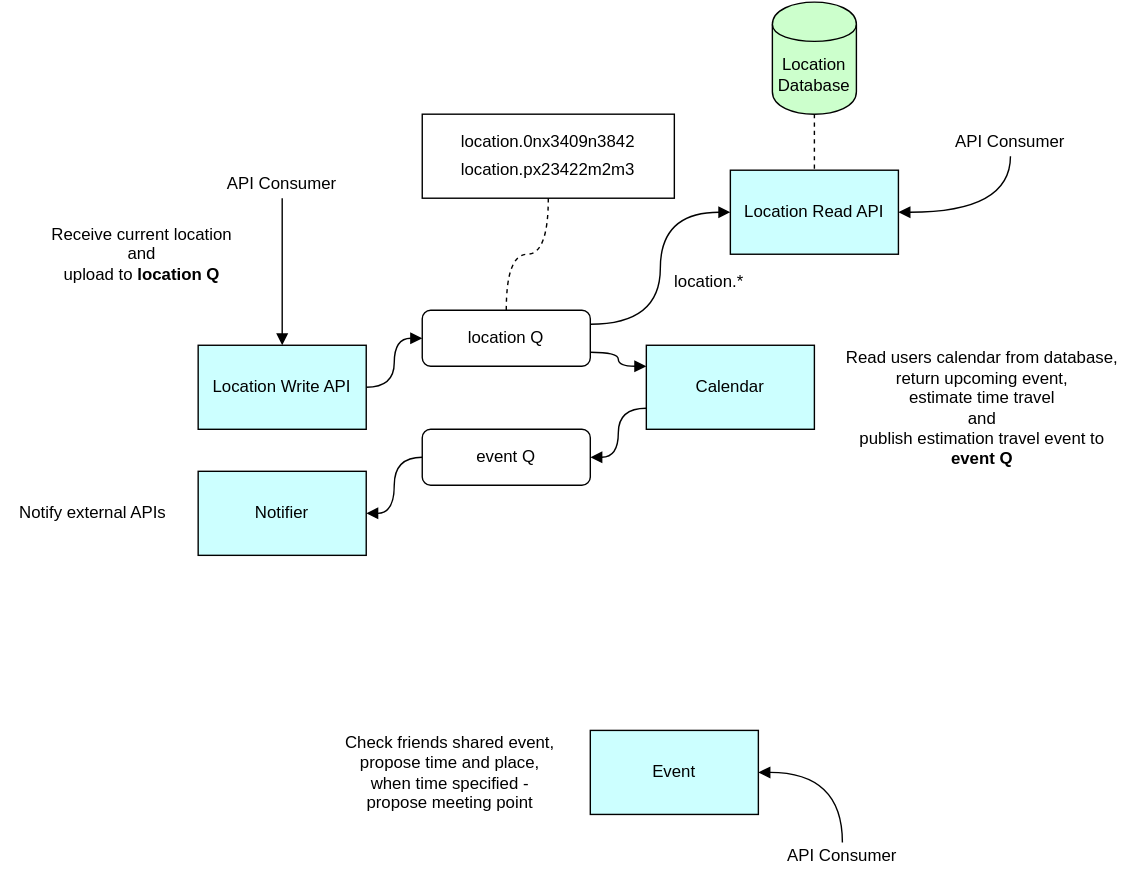
Above: svg/Th3re_Steve.svg in Th3re/steve-core (draw.io), before the change. Source tidied: cells renumbered, new cells last; positions are measured from the earlier drawing's top-left corner, leaving out a move shared by most shapes.
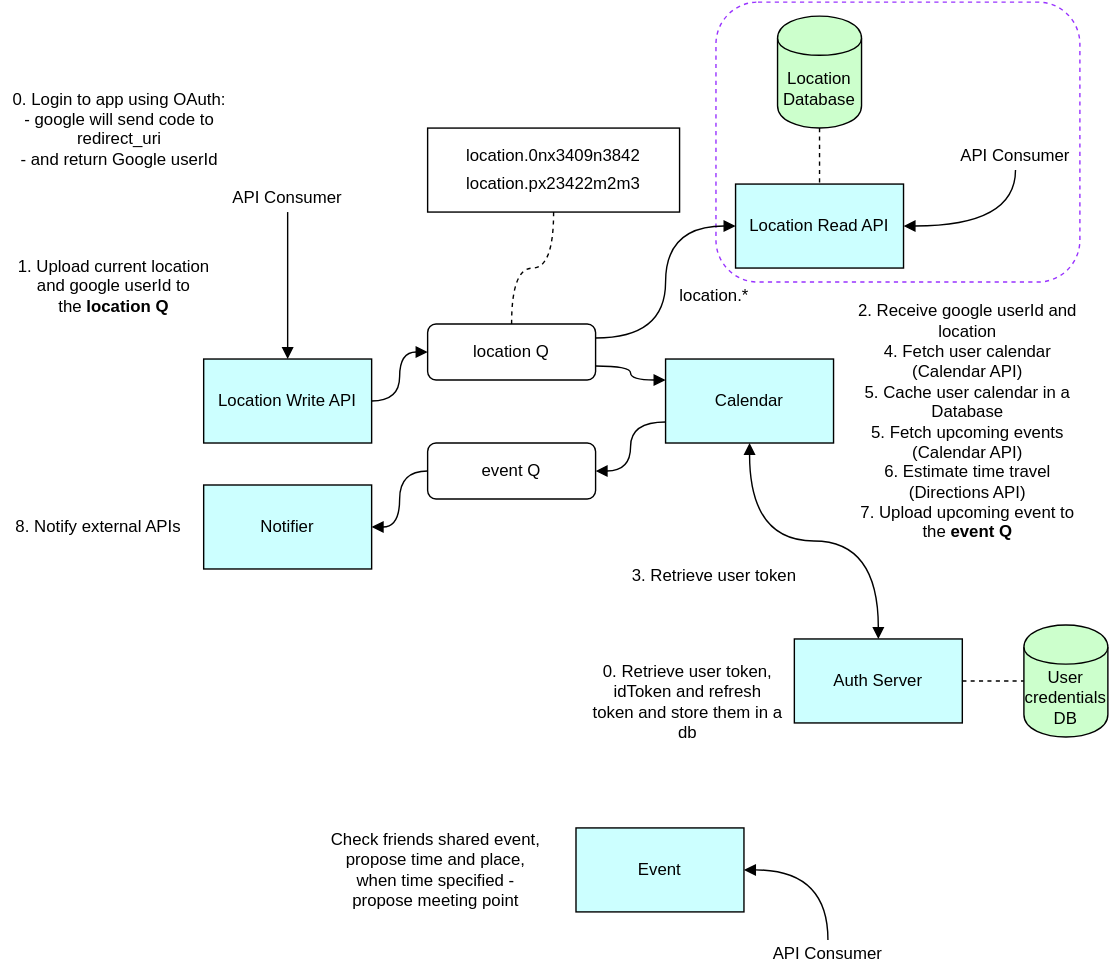
After the commit.

The edit, as a diff of the source:
```diff
@@ -2,92 +2,116 @@
   <root>
     <mxCell id="0" />
     <mxCell id="1" parent="0" />
-    <mxCell id="2" style="rounded=0;whiteSpace=wrap;html=1;" parent="1" vertex="1">
-      <mxGeometry x="300" y="80" width="180" height="60" as="geometry" />
+    <mxCell id="2" style="rounded=1;whiteSpace=wrap;html=1;dashed=1;fillColor=none;strokeColor=#9933FF;" parent="1" vertex="1">
+      <mxGeometry x="506" y="-10" width="260" height="200" as="geometry" />
     </mxCell>
-    <mxCell id="3" style="edgeStyle=orthogonalEdgeStyle;curved=1;rounded=0;jettySize=auto;html=1;exitX=1;exitY=0.5;exitDx=0;exitDy=0;entryX=0;entryY=0.5;entryDx=0;entryDy=0;endArrow=block;endFill=1;" parent="1" edge="1" source="4" target="11">
-      <mxGeometry relative="1" as="geometry" />
+    <mxCell id="3" style="rounded=0;whiteSpace=wrap;html=1;" parent="1" vertex="1">
+      <mxGeometry x="300" y="80" width="180" height="60" as="geometry" />
     </mxCell>
-    <mxCell id="4" value="Location Write API" style="rounded=0;whiteSpace=wrap;html=1;fillColor=#CCFFFF;" parent="1" vertex="1">
-      <mxGeometry x="140" y="245" width="120" height="60" as="geometry" />
+    <mxCell id="4" style="edgeStyle=orthogonalEdgeStyle;curved=1;rounded=0;jettySize=auto;html=1;exitX=1;exitY=0.5;exitDx=0;exitDy=0;entryX=0;entryY=0.5;entryDx=0;entryDy=0;endArrow=block;endFill=1;" parent="1" edge="1" source="5" target="12">
+      <mxGeometry relative="1" as="geometry" />
     </mxCell>
-    <mxCell id="5" style="edgeStyle=orthogonalEdgeStyle;rounded=0;jettySize=auto;html=1;exitX=0.5;exitY=1;exitDx=0;exitDy=0;entryX=0.5;entryY=0;entryDx=0;entryDy=0;endArrow=block;endFill=1;curved=1;" parent="1" edge="1" source="6" target="4">
-      <mxGeometry relative="1" as="geometry" />
+    <mxCell id="5" value="Location Write API" style="rounded=0;whiteSpace=wrap;html=1;fillColor=#CCFFFF;" parent="1" vertex="1">
+      <mxGeometry x="140" y="245" width="120" height="60" as="geometry" />
     </mxCell>
-    <mxCell id="6" value="API Consumer" style="text;html=1;strokeColor=none;fillColor=none;align=center;verticalAlign=middle;whiteSpace=wrap;rounded=0;" parent="1" vertex="1">
-      <mxGeometry x="140" y="120" width="120" height="20" as="geometry" />
+    <mxCell id="6" style="edgeStyle=orthogonalEdgeStyle;rounded=0;jettySize=auto;html=1;exitX=0.5;exitY=1;exitDx=0;exitDy=0;entryX=0.5;entryY=0;entryDx=0;entryDy=0;endArrow=block;endFill=1;curved=1;" parent="1" edge="1" source="7" target="5">
+      <mxGeometry relative="1" as="geometry" />
     </mxCell>
-    <mxCell id="7" value="Receive current location &lt;br&gt;and &lt;br&gt;upload to &lt;b&gt;location Q&lt;/b&gt;" style="text;html=1;strokeColor=none;fillColor=none;align=center;verticalAlign=middle;whiteSpace=wrap;rounded=0;" parent="1" vertex="1">
-      <mxGeometry x="20" y="150" width="160" height="60" as="geometry" />
+    <mxCell id="7" value="API Consumer" style="text;html=1;strokeColor=none;fillColor=none;align=center;verticalAlign=middle;whiteSpace=wrap;rounded=0;" parent="1" vertex="1">
+      <mxGeometry x="140" y="120" width="120" height="20" as="geometry" />
     </mxCell>
-    <mxCell id="8" style="edgeStyle=orthogonalEdgeStyle;curved=1;rounded=0;jettySize=auto;html=1;exitX=0.5;exitY=0;exitDx=0;exitDy=0;entryX=0.5;entryY=1;entryDx=0;entryDy=0;endArrow=none;endFill=0;dashed=1;" parent="1" edge="1" source="11" target="2">
-      <mxGeometry relative="1" as="geometry" />
+    <mxCell id="8" value="0. Login to app using OAuth:&lt;br&gt;- google will send code to redirect_uri&lt;br&gt;- and return Google userId&lt;br&gt;&lt;br&gt;" style="text;html=1;strokeColor=none;fillColor=none;align=center;verticalAlign=middle;whiteSpace=wrap;rounded=0;" parent="1" vertex="1">
+      <mxGeometry y="35" width="160" height="105" as="geometry" />
     </mxCell>
-    <mxCell id="9" style="edgeStyle=orthogonalEdgeStyle;curved=1;rounded=0;jettySize=auto;html=1;exitX=1;exitY=0.25;exitDx=0;exitDy=0;entryX=0;entryY=0.5;entryDx=0;entryDy=0;endArrow=block;endFill=1;" parent="1" edge="1" source="11" target="21">
+    <mxCell id="9" style="edgeStyle=orthogonalEdgeStyle;curved=1;rounded=0;jettySize=auto;html=1;exitX=0.5;exitY=0;exitDx=0;exitDy=0;entryX=0.5;entryY=1;entryDx=0;entryDy=0;endArrow=none;endFill=0;dashed=1;" parent="1" edge="1" source="12" target="3">
       <mxGeometry relative="1" as="geometry" />
     </mxCell>
-    <mxCell id="10" style="edgeStyle=orthogonalEdgeStyle;curved=1;rounded=0;jettySize=auto;html=1;exitX=1;exitY=0.75;exitDx=0;exitDy=0;entryX=0;entryY=0.25;entryDx=0;entryDy=0;endArrow=block;endFill=1;" parent="1" edge="1" source="11" target="13">
+    <mxCell id="10" style="edgeStyle=orthogonalEdgeStyle;curved=1;rounded=0;jettySize=auto;html=1;exitX=1;exitY=0.25;exitDx=0;exitDy=0;entryX=0;entryY=0.5;entryDx=0;entryDy=0;endArrow=block;endFill=1;" parent="1" edge="1" source="12" target="22">
       <mxGeometry relative="1" as="geometry" />
     </mxCell>
-    <mxCell id="11" value="location Q" style="rounded=1;whiteSpace=wrap;html=1;" parent="1" vertex="1">
-      <mxGeometry x="300" y="220" width="120" height="40" as="geometry" />
+    <mxCell id="11" style="edgeStyle=orthogonalEdgeStyle;curved=1;rounded=0;jettySize=auto;html=1;exitX=1;exitY=0.75;exitDx=0;exitDy=0;entryX=0;entryY=0.25;entryDx=0;entryDy=0;endArrow=block;endFill=1;" parent="1" edge="1" source="12" target="15">
+      <mxGeometry relative="1" as="geometry" />
     </mxCell>
-    <mxCell id="12" style="edgeStyle=orthogonalEdgeStyle;curved=1;rounded=0;jettySize=auto;html=1;exitX=0;exitY=0.75;exitDx=0;exitDy=0;entryX=1;entryY=0.5;entryDx=0;entryDy=0;endArrow=block;endFill=1;" parent="1" edge="1" source="13" target="15">
-      <mxGeometry relative="1" as="geometry" />
+    <mxCell id="12" value="location Q" style="rounded=1;whiteSpace=wrap;html=1;" parent="1" vertex="1">
+      <mxGeometry x="300" y="220" width="120" height="40" as="geometry" />
     </mxCell>
-    <mxCell id="13" value="Calendar" style="rounded=0;whiteSpace=wrap;html=1;gradientColor=none;fillColor=#CCFFFF;" parent="1" vertex="1">
-      <mxGeometry x="460" y="245" width="120" height="60" as="geometry" />
+    <mxCell id="13" style="edgeStyle=orthogonalEdgeStyle;curved=1;rounded=0;jettySize=auto;html=1;exitX=0;exitY=0.75;exitDx=0;exitDy=0;entryX=1;entryY=0.5;entryDx=0;entryDy=0;endArrow=block;endFill=1;" parent="1" edge="1" source="15" target="17">
+      <mxGeometry relative="1" as="geometry" />
     </mxCell>
-    <mxCell id="14" style="edgeStyle=orthogonalEdgeStyle;curved=1;rounded=0;jettySize=auto;html=1;exitX=0;exitY=0.5;exitDx=0;exitDy=0;entryX=1;entryY=0.5;entryDx=0;entryDy=0;endArrow=block;endFill=1;" parent="1" edge="1" source="15" target="18">
+    <mxCell id="14" style="edgeStyle=orthogonalEdgeStyle;curved=1;rounded=0;jettySize=auto;html=1;exitX=0.5;exitY=1;exitDx=0;exitDy=0;endArrow=block;endFill=1;startArrow=block;startFill=1;" parent="1" edge="1" source="15" target="33">
       <mxGeometry relative="1" as="geometry" />
     </mxCell>
-    <mxCell id="15" value="event Q" style="rounded=1;whiteSpace=wrap;html=1;" parent="1" vertex="1">
-      <mxGeometry x="300" y="305" width="120" height="40" as="geometry" />
+    <mxCell id="15" value="Calendar" style="rounded=0;whiteSpace=wrap;html=1;gradientColor=none;fillColor=#CCFFFF;" parent="1" vertex="1">
+      <mxGeometry x="470" y="245" width="120" height="60" as="geometry" />
     </mxCell>
-    <mxCell id="16" value="Read users calendar from database,&lt;br&gt;return upcoming event,&lt;br&gt;estimate time travel&lt;br&gt;and&lt;br&gt;publish estimation travel event to &lt;b&gt;event Q&lt;/b&gt;" style="text;html=1;strokeColor=none;fillColor=none;align=center;verticalAlign=middle;whiteSpace=wrap;rounded=0;" parent="1" vertex="1">
-      <mxGeometry x="600" y="240" width="200" height="100" as="geometry" />
+    <mxCell id="16" style="edgeStyle=orthogonalEdgeStyle;curved=1;rounded=0;jettySize=auto;html=1;exitX=0;exitY=0.5;exitDx=0;exitDy=0;entryX=1;entryY=0.5;entryDx=0;entryDy=0;endArrow=block;endFill=1;" parent="1" edge="1" source="17" target="19">
+      <mxGeometry relative="1" as="geometry" />
     </mxCell>
-    <mxCell id="17" value="Notify external APIs" style="text;html=1;strokeColor=none;fillColor=none;align=center;verticalAlign=middle;whiteSpace=wrap;rounded=0;" parent="1" vertex="1">
-      <mxGeometry y="340" width="130" height="50" as="geometry" />
+    <mxCell id="17" value="event Q" style="rounded=1;whiteSpace=wrap;html=1;" parent="1" vertex="1">
+      <mxGeometry x="300" y="305" width="120" height="40" as="geometry" />
     </mxCell>
-    <mxCell id="18" value="Notifier" style="rounded=0;whiteSpace=wrap;html=1;fillColor=#CCFFFF;" parent="1" vertex="1">
-      <mxGeometry x="140" y="335" width="120" height="60" as="geometry" />
+    <mxCell id="18" value="8. Notify external APIs" style="text;html=1;strokeColor=none;fillColor=none;align=center;verticalAlign=middle;whiteSpace=wrap;rounded=0;" parent="1" vertex="1">
+      <mxGeometry y="340" width="130" height="50" as="geometry" />
     </mxCell>
-    <mxCell id="19" value="location.0nx3409n3842" style="text;html=1;strokeColor=none;fillColor=none;align=center;verticalAlign=middle;whiteSpace=wrap;rounded=0;" parent="1" vertex="1">
-      <mxGeometry x="310" y="90" width="160" height="20" as="geometry" />
+    <mxCell id="19" value="Notifier" style="rounded=0;whiteSpace=wrap;html=1;fillColor=#CCFFFF;" parent="1" vertex="1">
+      <mxGeometry x="140" y="335" width="120" height="60" as="geometry" />
     </mxCell>
-    <mxCell id="20" value="location.px23422m2m3" style="text;html=1;strokeColor=none;fillColor=none;align=center;verticalAlign=middle;whiteSpace=wrap;rounded=0;" parent="1" vertex="1">
-      <mxGeometry x="310" y="110" width="160" height="20" as="geometry" />
+    <mxCell id="20" value="location.0nx3409n3842" style="text;html=1;strokeColor=none;fillColor=none;align=center;verticalAlign=middle;whiteSpace=wrap;rounded=0;" parent="1" vertex="1">
+      <mxGeometry x="310" y="90" width="160" height="20" as="geometry" />
     </mxCell>
-    <mxCell id="21" value="Location Read API" style="rounded=0;whiteSpace=wrap;html=1;fillColor=#CCFFFF;" parent="1" vertex="1">
-      <mxGeometry x="520" y="120" width="120" height="60" as="geometry" />
+    <mxCell id="21" value="location.px23422m2m3" style="text;html=1;strokeColor=none;fillColor=none;align=center;verticalAlign=middle;whiteSpace=wrap;rounded=0;" parent="1" vertex="1">
+      <mxGeometry x="310" y="110" width="160" height="20" as="geometry" />
     </mxCell>
-    <mxCell id="22" style="edgeStyle=orthogonalEdgeStyle;curved=1;rounded=0;jettySize=auto;html=1;exitX=0.5;exitY=1;exitDx=0;exitDy=0;entryX=0.5;entryY=0;entryDx=0;entryDy=0;endArrow=none;endFill=0;dashed=1;" parent="1" edge="1" source="23" target="21">
-      <mxGeometry relative="1" as="geometry" />
+    <mxCell id="22" value="Location Read API" style="rounded=0;whiteSpace=wrap;html=1;fillColor=#CCFFFF;" parent="1" vertex="1">
+      <mxGeometry x="520" y="120" width="120" height="60" as="geometry" />
     </mxCell>
-    <mxCell id="23" value="Location Database" style="shape=cylinder;whiteSpace=wrap;html=1;boundedLbl=1;backgroundOutline=1;fillColor=#CCFFCC;" parent="1" vertex="1">
-      <mxGeometry x="550" width="60" height="80" as="geometry" />
+    <mxCell id="23" style="edgeStyle=orthogonalEdgeStyle;curved=1;rounded=0;jettySize=auto;html=1;exitX=0.5;exitY=1;exitDx=0;exitDy=0;entryX=0.5;entryY=0;entryDx=0;entryDy=0;endArrow=none;endFill=0;dashed=1;" parent="1" edge="1" source="24" target="22">
+      <mxGeometry relative="1" as="geometry" />
     </mxCell>
-    <mxCell id="24" value="location.*" style="text;html=1;strokeColor=none;fillColor=none;align=center;verticalAlign=middle;whiteSpace=wrap;rounded=0;" parent="1" vertex="1">
-      <mxGeometry x="470" y="190" width="70" height="20" as="geometry" />
+    <mxCell id="24" value="Location Database" style="shape=cylinder;whiteSpace=wrap;html=1;boundedLbl=1;backgroundOutline=1;fillColor=#CCFFCC;" parent="1" vertex="1">
+      <mxGeometry x="550" width="60" height="80" as="geometry" />
     </mxCell>
-    <mxCell id="25" style="edgeStyle=orthogonalEdgeStyle;curved=1;rounded=0;jettySize=auto;html=1;exitX=0.5;exitY=1;exitDx=0;exitDy=0;entryX=1;entryY=0.5;entryDx=0;entryDy=0;endArrow=block;endFill=1;" parent="1" edge="1" source="26" target="21">
-      <mxGeometry relative="1" as="geometry" />
+    <mxCell id="25" value="location.*" style="text;html=1;strokeColor=none;fillColor=none;align=center;verticalAlign=middle;whiteSpace=wrap;rounded=0;" parent="1" vertex="1">
+      <mxGeometry x="470" y="190" width="70" height="20" as="geometry" />
     </mxCell>
-    <mxCell id="26" value="API Consumer" style="text;html=1;strokeColor=none;fillColor=none;align=center;verticalAlign=middle;whiteSpace=wrap;rounded=0;" parent="1" vertex="1">
-      <mxGeometry x="660" y="90" width="120" height="20" as="geometry" />
+    <mxCell id="26" style="edgeStyle=orthogonalEdgeStyle;curved=1;rounded=0;jettySize=auto;html=1;exitX=0.5;exitY=1;exitDx=0;exitDy=0;entryX=1;entryY=0.5;entryDx=0;entryDy=0;endArrow=block;endFill=1;" parent="1" edge="1" source="27" target="22">
+      <mxGeometry relative="1" as="geometry" />
     </mxCell>
-    <mxCell id="27" value="Event" style="rounded=0;whiteSpace=wrap;html=1;fillColor=#CCFFFF;gradientColor=none;" parent="1" vertex="1">
-      <mxGeometry x="420" y="520" width="120" height="60" as="geometry" />
+    <mxCell id="27" value="API Consumer" style="text;html=1;strokeColor=none;fillColor=none;align=center;verticalAlign=middle;whiteSpace=wrap;rounded=0;" parent="1" vertex="1">
+      <mxGeometry x="660" y="90" width="120" height="20" as="geometry" />
     </mxCell>
-    <mxCell id="28" style="edgeStyle=orthogonalEdgeStyle;curved=1;rounded=0;jettySize=auto;html=1;exitX=0.5;exitY=0;exitDx=0;exitDy=0;entryX=1;entryY=0.5;entryDx=0;entryDy=0;endArrow=block;endFill=1;" parent="1" edge="1" source="29" target="27">
-      <mxGeometry relative="1" as="geometry" />
+    <mxCell id="28" value="Event" style="rounded=0;whiteSpace=wrap;html=1;fillColor=#CCFFFF;gradientColor=none;" parent="1" vertex="1">
+      <mxGeometry x="406" y="580" width="120" height="60" as="geometry" />
     </mxCell>
-    <mxCell id="29" value="API Consumer" style="text;html=1;strokeColor=none;fillColor=none;align=center;verticalAlign=middle;whiteSpace=wrap;rounded=0;" parent="1" vertex="1">
-      <mxGeometry x="540" y="600" width="120" height="20" as="geometry" />
+    <mxCell id="29" style="edgeStyle=orthogonalEdgeStyle;curved=1;rounded=0;jettySize=auto;html=1;exitX=0.5;exitY=0;exitDx=0;exitDy=0;entryX=1;entryY=0.5;entryDx=0;entryDy=0;endArrow=block;endFill=1;" parent="1" edge="1" source="30" target="28">
+      <mxGeometry relative="1" as="geometry" />
     </mxCell>
-    <mxCell id="30" value="Check friends shared event,&lt;br&gt;propose time and place,&lt;br&gt;when time specified - propose meeting point" style="text;html=1;strokeColor=none;fillColor=none;align=center;verticalAlign=middle;whiteSpace=wrap;rounded=0;" parent="1" vertex="1">
-      <mxGeometry x="240" y="520" width="160" height="60" as="geometry" />
+    <mxCell id="30" value="API Consumer" style="text;html=1;strokeColor=none;fillColor=none;align=center;verticalAlign=middle;whiteSpace=wrap;rounded=0;" parent="1" vertex="1">
+      <mxGeometry x="526" y="660" width="120" height="20" as="geometry" />
     </mxCell>
+    <mxCell id="31" value="Check friends shared event,&lt;br&gt;propose time and place,&lt;br&gt;when time specified - propose meeting point" style="text;html=1;strokeColor=none;fillColor=none;align=center;verticalAlign=middle;whiteSpace=wrap;rounded=0;" parent="1" vertex="1">
+      <mxGeometry x="226" y="580" width="160" height="60" as="geometry" />
+    </mxCell>
+    <mxCell id="32" style="edgeStyle=orthogonalEdgeStyle;rounded=0;jettySize=auto;html=1;exitX=1;exitY=0.5;exitDx=0;exitDy=0;entryX=0;entryY=0.5;entryDx=0;entryDy=0;dashed=1;endArrow=none;endFill=0;curved=1;" parent="1" edge="1" source="33" target="34">
+      <mxGeometry relative="1" as="geometry" />
+    </mxCell>
+    <mxCell id="33" value="Auth Server" style="rounded=0;whiteSpace=wrap;html=1;gradientColor=none;fillColor=#CCFFFF;" parent="1" vertex="1">
+      <mxGeometry x="562" y="445" width="120" height="60" as="geometry" />
+    </mxCell>
+    <mxCell id="34" value="User credentials DB" style="shape=cylinder;whiteSpace=wrap;html=1;boundedLbl=1;backgroundOutline=1;fillColor=#CCFFCC;" parent="1" vertex="1">
+      <mxGeometry x="726" y="435" width="60" height="80" as="geometry" />
+    </mxCell>
+    <mxCell id="35" value="1. Upload current location and google userId to the&amp;nbsp;&lt;b&gt;location Q&lt;/b&gt;" style="text;html=1;strokeColor=none;fillColor=none;align=center;verticalAlign=middle;whiteSpace=wrap;rounded=0;" parent="1" vertex="1">
+      <mxGeometry x="-4" y="140" width="160" height="105" as="geometry" />
+    </mxCell>
+    <mxCell id="36" value="2. Receive google userId and location&lt;br&gt;4. Fetch user calendar (Calendar API)&lt;br&gt;5. Cache user calendar in a Database&lt;br&gt;5. Fetch upcoming events (Calendar API)&lt;br&gt;6. Estimate time travel (Directions API)&lt;br&gt;7. Upload upcoming event to the&amp;nbsp;&lt;b&gt;event Q&lt;/b&gt;" style="text;html=1;strokeColor=none;fillColor=none;align=center;verticalAlign=middle;whiteSpace=wrap;rounded=0;" parent="1" vertex="1">
+      <mxGeometry x="606" y="200" width="160" height="180" as="geometry" />
+    </mxCell>
+    <mxCell id="37" value="3. Retrieve user token" style="text;html=1;strokeColor=none;fillColor=none;align=center;verticalAlign=middle;whiteSpace=wrap;rounded=0;" parent="1" vertex="1">
+      <mxGeometry x="445" y="380" width="120" height="40" as="geometry" />
+    </mxCell>
+    <mxCell id="38" value="0. Retrieve user token, idToken and refresh token and store them in a db" style="text;html=1;strokeColor=none;fillColor=none;align=center;verticalAlign=middle;whiteSpace=wrap;rounded=0;" parent="1" vertex="1">
+      <mxGeometry x="416" y="450" width="140" height="80" as="geometry" />
+    </mxCell>
   </root>
 </mxGraphModel>
```
